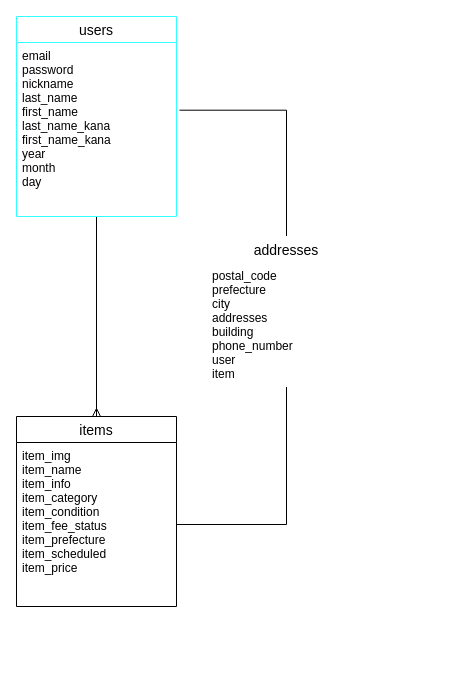
Earlier version of the draw.io diagram furima.dio (haruki1125/furima-32596). Source tidied: cells renumbered, new cells numbered last; positions are measured from the earlier drawing's top-left corner, leaving out a move shared by most shapes. Both pictures are drawn from the tidied source at 100%, with x=0, y=0 at pixel (16, 16).
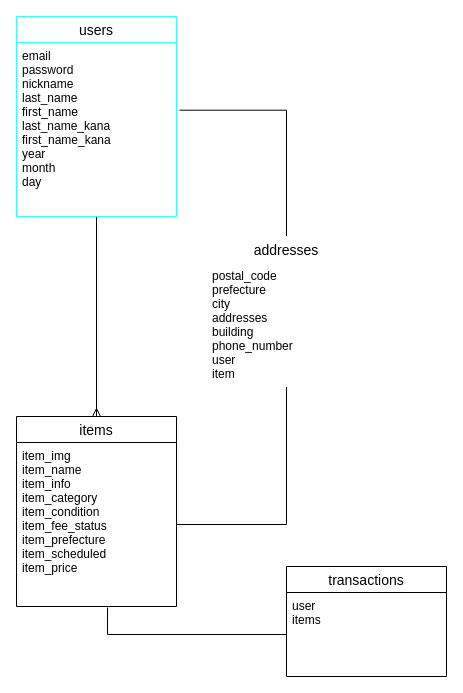
After the change.

Change to the diagram source:
```diff
@@
 <mxGraphModel>
   <root>
     <mxCell id="0" />
     <mxCell id="1" parent="0" />
     <mxCell id="2" style="edgeStyle=orthogonalEdgeStyle;rounded=0;jettySize=auto;html=1;entryX=0.5;entryY=0;entryDx=0;entryDy=0;endArrow=ERmany;endFill=0;strokeWidth=1;startArrow=none;startFill=0;" parent="1" edge="1" source="3" target="5">
       <mxGeometry relative="1" as="geometry" />
     </mxCell>
     <mxCell id="3" value="users" style="swimlane;fontStyle=0;horizontal=1;startSize=26;align=center;fontSize=14;strokeColor=#33FFFF;" parent="1" vertex="1">
       <mxGeometry width="160" height="200" as="geometry" />
     </mxCell>
     <mxCell id="4" value="email&#10;password&#10;nickname&#10;last_name&#10;first_name&#10;last_name_kana&#10;first_name_kana&#10;year&#10;month&#10;day" style="text;strokeColor=none;fillColor=none;spacingLeft=4;spacingRight=4;overflow=hidden;points=[[0,0.5],[1,0.5]];portConstraint=eastwest;fontSize=12;" parent="3" vertex="1">
       <mxGeometry y="26" width="160" height="174" as="geometry" />
     </mxCell>
     <mxCell id="5" value="items" style="swimlane;fontStyle=0;horizontal=1;startSize=26;align=center;fontSize=14;" parent="1" vertex="1">
       <mxGeometry y="400" width="160" height="190" as="geometry" />
     </mxCell>
     <mxCell id="6" value="item_img&#10;item_name&#10;item_info&#10;item_category&#10;item_condition&#10;item_fee_status&#10;item_prefecture&#10;item_scheduled&#10;item_price" style="text;strokeColor=none;fillColor=none;spacingLeft=4;spacingRight=4;overflow=hidden;points=[[0,0.5],[1,0.5]];portConstraint=eastwest;fontSize=12;" parent="5" vertex="1">
       <mxGeometry y="26" width="160" height="164" as="geometry" />
     </mxCell>
     <mxCell id="7" style="edgeStyle=orthogonalEdgeStyle;rounded=0;jettySize=auto;html=1;exitX=0.5;exitY=0;exitDx=0;exitDy=0;entryX=1.019;entryY=0.389;entryDx=0;entryDy=0;entryPerimeter=0;startArrow=none;startFill=0;endArrow=none;endFill=0;strokeWidth=1;" parent="1" edge="1" source="9" target="4">
       <mxGeometry relative="1" as="geometry" />
     </mxCell>
     <mxCell id="8" style="edgeStyle=orthogonalEdgeStyle;rounded=0;jettySize=auto;html=1;entryX=1;entryY=0.5;entryDx=0;entryDy=0;startArrow=none;startFill=0;endArrow=none;endFill=0;strokeWidth=1;" parent="1" edge="1" source="9" target="6">
       <mxGeometry relative="1" as="geometry" />
     </mxCell>
     <mxCell id="9" value="addresses" style="swimlane;fontStyle=0;horizontal=1;startSize=26;align=center;fontSize=14;strokeColor=#FFFFFF;" parent="1" vertex="1">
       <mxGeometry x="190" y="220" width="160" height="150" as="geometry" />
     </mxCell>
     <mxCell id="10" value="postal_code&#10;prefecture&#10;city&#10;addresses&#10;building&#10;phone_number&#10;user&#10;item" style="text;strokeColor=none;fillColor=none;spacingLeft=4;spacingRight=4;overflow=hidden;fontSize=12;" parent="9" vertex="1">
       <mxGeometry y="26" width="160" height="124" as="geometry" />
     </mxCell>
+    <mxCell id="11" value="transactions" style="swimlane;fontStyle=0;horizontal=1;startSize=26;align=center;fontSize=14;" parent="1" vertex="1">
+      <mxGeometry x="270" y="550" width="160" height="110" as="geometry" />
+    </mxCell>
+    <mxCell id="12" value="user&#10;items&#10;" style="text;strokeColor=none;fillColor=none;spacingLeft=4;spacingRight=4;overflow=hidden;points=[[0,0.5],[1,0.5]];portConstraint=eastwest;fontSize=12;" parent="11" vertex="1">
+      <mxGeometry y="26" width="160" height="84" as="geometry" />
+    </mxCell>
+    <mxCell id="13" style="edgeStyle=orthogonalEdgeStyle;rounded=0;jettySize=auto;html=1;entryX=0.569;entryY=1.006;entryDx=0;entryDy=0;entryPerimeter=0;endArrow=none;endFill=0;" parent="1" edge="1" source="12" target="6">
+      <mxGeometry relative="1" as="geometry" />
+    </mxCell>
   </root>
 </mxGraphModel>
```
